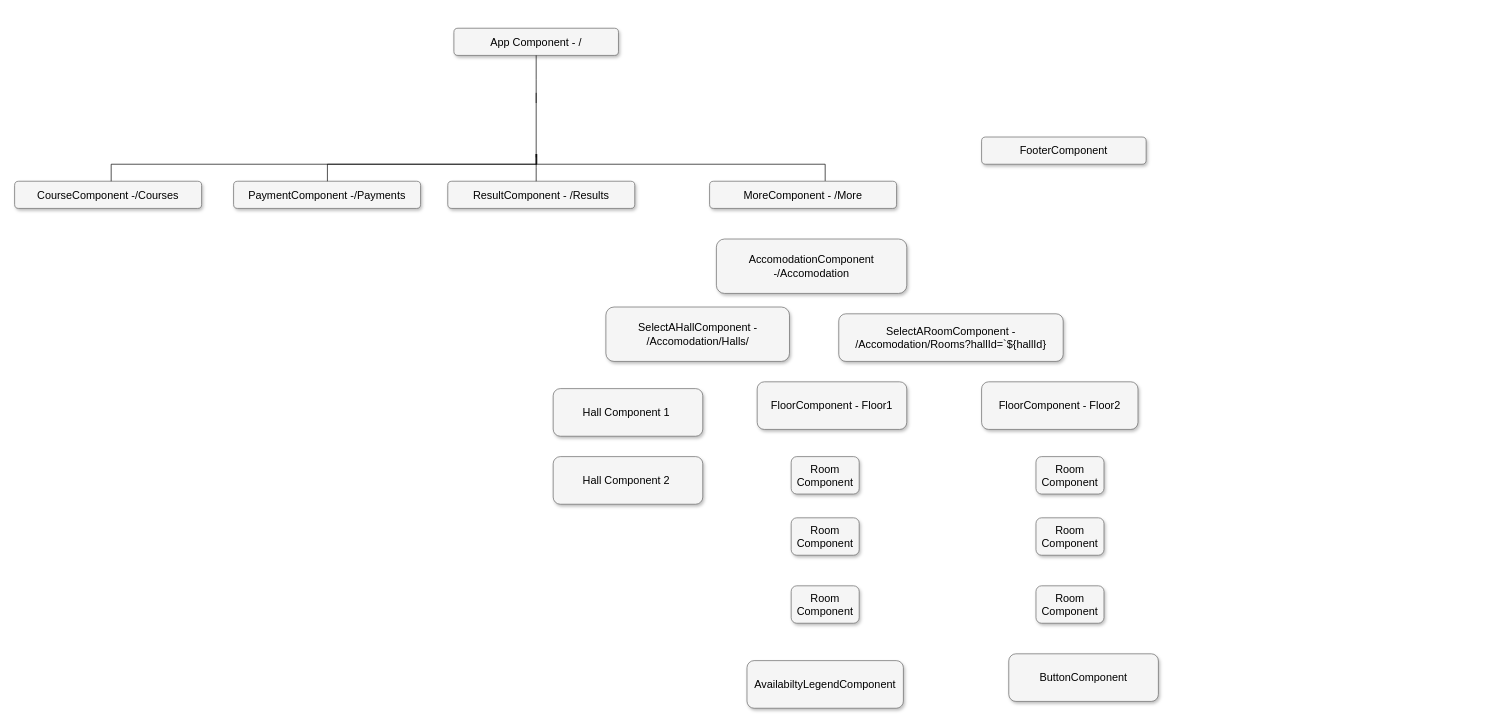
This is content/Untitled Diagram.drawio from MadeByIbukunoluwa/temp-repo, a draw.io file, before an edit. Source tidied: cells renumbered, new cells numbered last; positions are measured from the earlier drawing's top-left corner, leaving out a move shared by most shapes. Both pictures are drawn from the tidied source at 68%, with x=0, y=0 at pixel (14, 28).
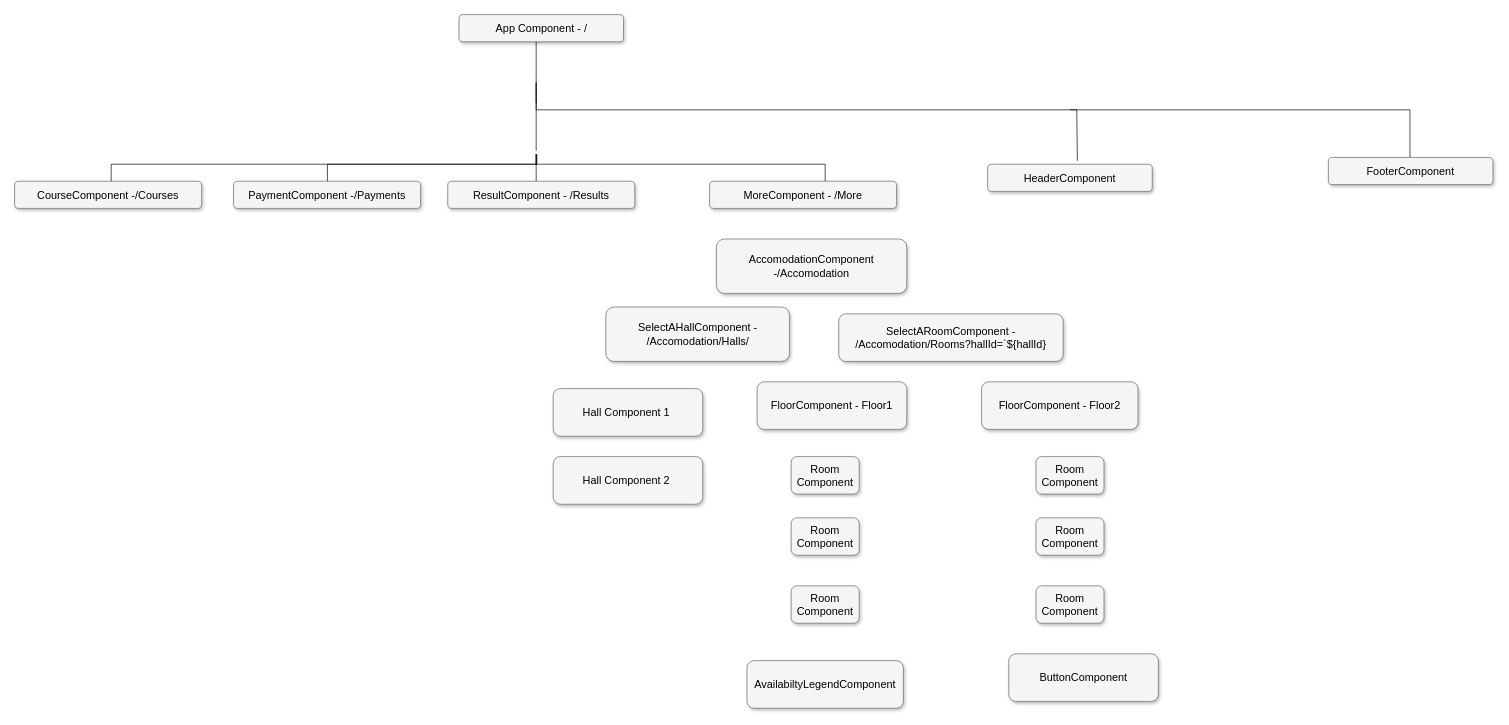
Above is the later version.

Commit message:
Added Header and Footer Components

Diff of the diagram source:
```diff
@@
     <mxCell id="7" value="App Component - /" style="whiteSpace=wrap;html=1;rounded=1;shadow=1;strokeWidth=1;fontSize=16;align=center;fillColor=#f5f5f5;strokeColor=#666666;" parent="1" vertex="1">
-      <mxGeometry x="646" width="242" height="40" as="geometry" />
+      <mxGeometry x="653.5" y="-20" width="242" height="40" as="geometry" />
     </mxCell>
@@
     <mxCell id="9" style="edgeStyle=orthogonalEdgeStyle;html=1;startSize=6;endFill=0;endSize=6;strokeWidth=1;fontSize=16;rounded=0;endArrow=none;" parent="1" edge="1" source="7">
       <mxGeometry relative="1" as="geometry">
         <mxPoint x="767" y="110" as="targetPoint" />
+        <Array as="points">
+          <mxPoint x="767" y="70" />
+          <mxPoint x="767" y="70" />
+        </Array>
       </mxGeometry>
     </mxCell>
     <mxCell id="10" style="edgeStyle=orthogonalEdgeStyle;html=1;startSize=6;endFill=0;endSize=6;strokeWidth=1;fontSize=16;rounded=0;endArrow=none;" parent="1" edge="1">
       <mxGeometry relative="1" as="geometry">
-        <mxPoint x="767" y="95" as="sourcePoint" />
-        <mxPoint x="767" y="190" as="targetPoint" />
+        <mxPoint x="1562" y="120" as="sourcePoint" />
+        <mxPoint x="767" y="180" as="targetPoint" />
+        <Array as="points">
+          <mxPoint x="767" y="80" />
+          <mxPoint x="767" y="80" />
+        </Array>
       </mxGeometry>
     </mxCell>
@@
     <mxCell id="32" value="FooterComponent" style="whiteSpace=wrap;html=1;rounded=1;shadow=1;strokeWidth=1;fontSize=16;align=center;fillColor=#f5f5f5;strokeColor=#666666;" parent="1" vertex="1">
-      <mxGeometry x="1422" y="160" width="242" height="40" as="geometry" />
+      <mxGeometry x="1932" y="190" width="242" height="40" as="geometry" />
     </mxCell>
+    <mxCell id="33" value="HeaderComponent" style="whiteSpace=wrap;html=1;rounded=1;shadow=1;strokeWidth=1;fontSize=16;align=center;fillColor=#f5f5f5;strokeColor=#666666;" parent="1" vertex="1">
+      <mxGeometry x="1431" y="200" width="242" height="40" as="geometry" />
+    </mxCell>
+    <mxCell id="34" style="endArrow=none;html=1;rounded=0;exitX=0.545;exitY=-0.125;exitDx=0;exitDy=0;exitPerimeter=0;" parent="1" edge="1" source="33">
+      <mxGeometry relative="1" as="geometry">
+        <mxPoint x="1562" y="120" as="targetPoint" />
+      </mxGeometry>
+    </mxCell>
+    <mxCell id="35" style="endArrow=none;html=1;rounded=0;" parent="1" edge="1">
+      <mxGeometry relative="1" as="geometry">
+        <mxPoint x="2052" y="120" as="sourcePoint" />
+        <mxPoint x="1552" y="120" as="targetPoint" />
+      </mxGeometry>
+    </mxCell>
+    <mxCell id="36" style="endArrow=none;html=1;rounded=0;" parent="1" edge="1">
+      <mxGeometry relative="1" as="geometry">
+        <mxPoint x="2052" y="190" as="sourcePoint" />
+        <mxPoint x="2052" y="120" as="targetPoint" />
+      </mxGeometry>
+    </mxCell>
```
